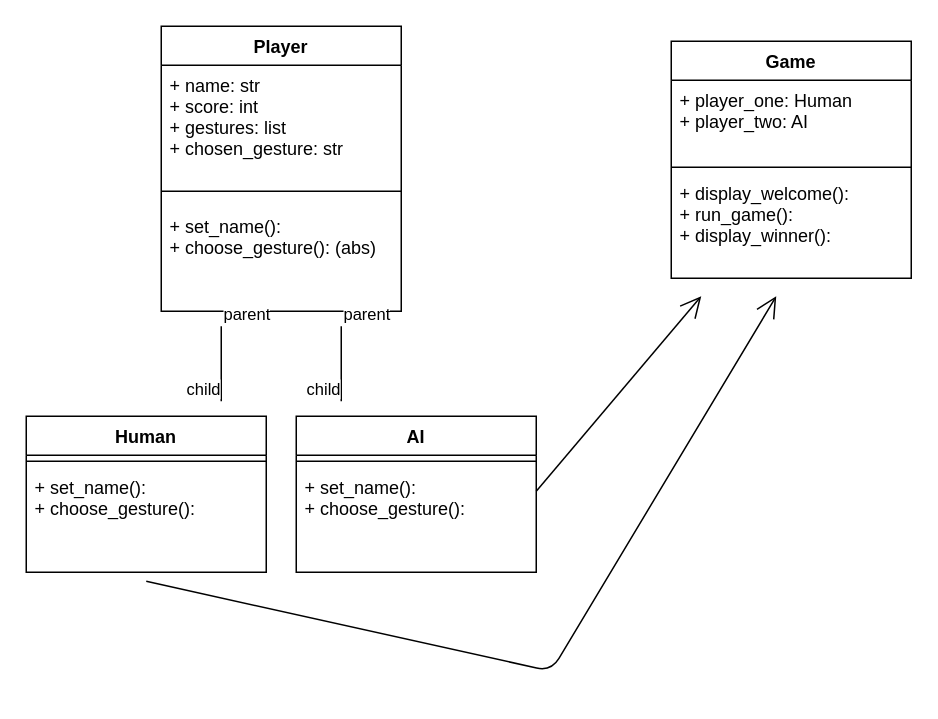
Earlier version of the draw.io diagram rpslp.dio (collstewart30/RPSLS_Assignment). Source tidied: cells renumbered, new cells numbered last; positions are measured from the earlier drawing's top-left corner, leaving out a move shared by most shapes. Both pictures are drawn from the tidied source at 150%, with x=0, y=0 at pixel (26, 26).
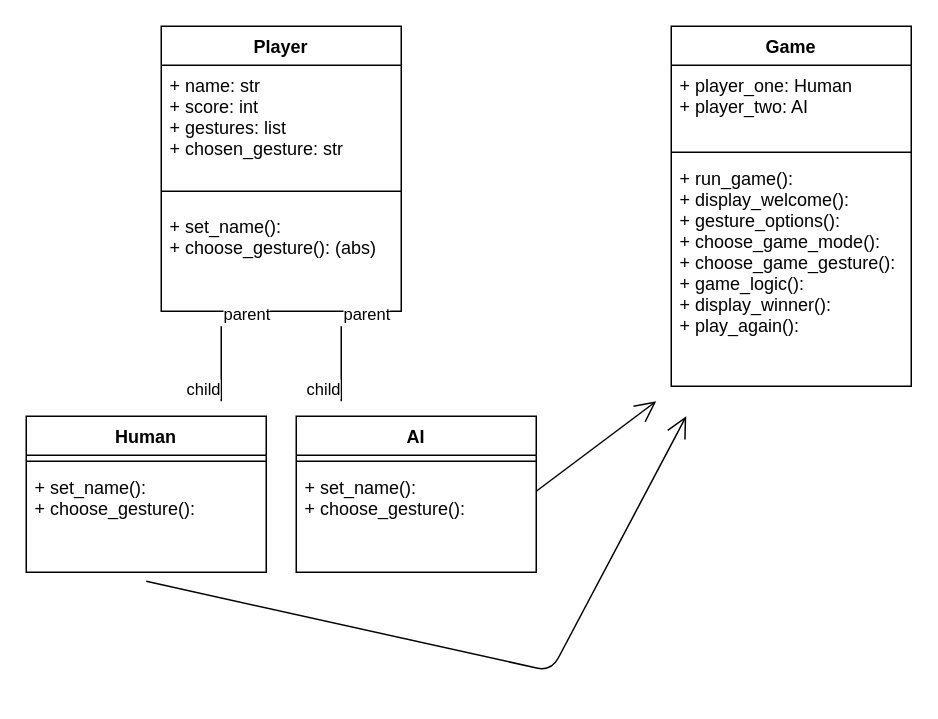
The same diagram, later.

Commit message (it also covers changes not shown here):
added more time pauses throughout game, added all methods to UML

Unchanged cells that the change refers to:
```xml
<mxCell id="8" value="+ set_name():&#10;+ choose_gesture():" style="text;strokeColor=none;fillColor=none;align=left;verticalAlign=top;spacingLeft=4;spacingRight=4;overflow=hidden;points=[[0,0.5],[1,0.5]];portConstraint=eastwest;" parent="6" vertex="1">
  <mxGeometry y="34" width="160" height="70" as="geometry" />
</mxCell>
```

Change to the diagram source:
```diff
@@
     <mxCell id="12" value="Game" style="swimlane;fontStyle=1;align=center;verticalAlign=top;horizontal=1;startSize=26;" parent="1" vertex="1">
-      <mxGeometry x="430" y="10" width="160" height="158" as="geometry" />
+      <mxGeometry x="430" width="160" height="240" as="geometry" />
     </mxCell>
@@
-    <mxCell id="15" value="+ display_welcome():&#10;+ run_game():&#10;+ display_winner():" style="text;strokeColor=none;fillColor=none;align=left;verticalAlign=top;spacingLeft=4;spacingRight=4;overflow=hidden;" parent="12" vertex="1">
-      <mxGeometry y="88" width="160" height="70" as="geometry" />
+    <mxCell id="15" value="+ run_game():&#10;+ display_welcome():&#10;+ gesture_options():&#10;+ choose_game_mode():&#10;+ choose_game_gesture():&#10;+ game_logic():&#10;+ display_winner():&#10;+ play_again():" style="text;strokeColor=none;fillColor=none;align=left;verticalAlign=top;spacingLeft=4;spacingRight=4;overflow=hidden;" parent="12" vertex="1">
+      <mxGeometry y="88" width="160" height="152" as="geometry" />
     </mxCell>
@@
     <mxCell id="22" style="endArrow=open;endFill=1;endSize=12;html=1;exitX=0.5;exitY=1.086;exitDx=0;exitDy=0;exitPerimeter=0;" parent="1" edge="1" source="8">
       <mxGeometry relative="1" as="geometry">
-        <mxPoint x="500" y="180" as="targetPoint" />
+        <mxPoint x="440" y="260" as="targetPoint" />
         <Array as="points">
           <mxPoint x="350" y="430" />
         </Array>
       </mxGeometry>
     </mxCell>
     <mxCell id="23" style="endArrow=open;endFill=1;endSize=12;html=1;" parent="1" edge="1">
       <mxGeometry relative="1" as="geometry">
         <mxPoint x="340" y="310" as="sourcePoint" />
-        <mxPoint x="450" y="180" as="targetPoint" />
+        <mxPoint x="420" y="250" as="targetPoint" />
       </mxGeometry>
     </mxCell>
```
